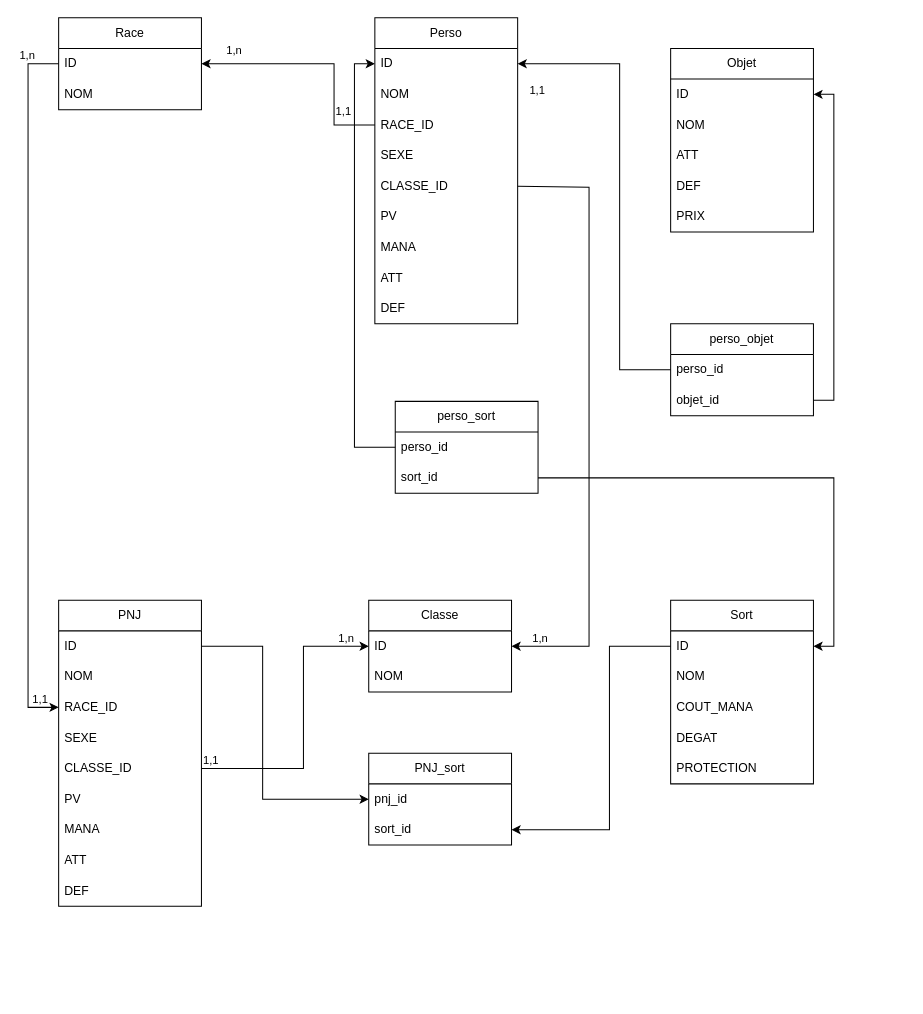
Before: Diagramme sans nom.drawio in Cy-Bert/Cy-Bert.github.io, a draw.io diagram. Source tidied: cells renumbered, new cells numbered last; positions are measured from the earlier drawing's top-left corner, leaving out a move shared by most shapes. Both pictures are drawn from the tidied source at 102%, with x=0, y=0 at pixel (28, 17).
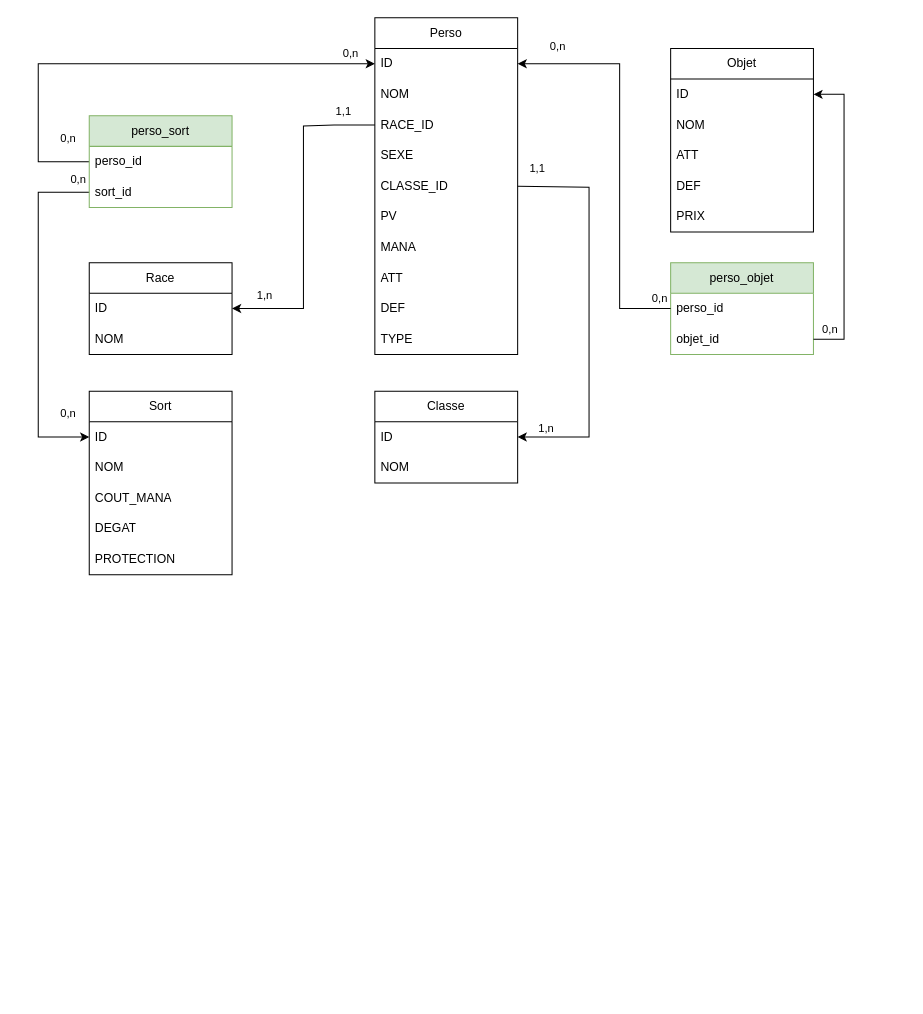
The same page after the edit.

Commit message:
Mettre à jour Diagramme sans nom.drawio

Unchanged cells that the change refers to:
```xml
<mxCell id="3" value="ID" style="text;strokeColor=none;fillColor=none;align=left;verticalAlign=middle;spacingLeft=4;spacingRight=4;overflow=hidden;points=[[0,0.5],[1,0.5]];portConstraint=eastwest;whiteSpace=wrap;html=1;" parent="2" vertex="1">
  <mxGeometry y="30" width="140" height="30" as="geometry" />
</mxCell>
<mxCell id="6" value="ID" style="text;strokeColor=none;fillColor=none;align=left;verticalAlign=middle;spacingLeft=4;spacingRight=4;overflow=hidden;points=[[0,0.5],[1,0.5]];portConstraint=eastwest;whiteSpace=wrap;html=1;" parent="5" vertex="1">
  <mxGeometry y="30" width="140" height="30" as="geometry" />
</mxCell>
<mxCell id="12" value="ID" style="text;strokeColor=none;fillColor=none;align=left;verticalAlign=middle;spacingLeft=4;spacingRight=4;overflow=hidden;points=[[0,0.5],[1,0.5]];portConstraint=eastwest;whiteSpace=wrap;html=1;" parent="11" vertex="1">
  <mxGeometry y="30" width="140" height="30" as="geometry" />
</mxCell>
<mxCell id="14" value="RACE_ID" style="text;strokeColor=none;fillColor=none;align=left;verticalAlign=middle;spacingLeft=4;spacingRight=4;overflow=hidden;points=[[0,0.5],[1,0.5]];portConstraint=eastwest;whiteSpace=wrap;html=1;" parent="11" vertex="1">
  <mxGeometry y="90" width="140" height="30" as="geometry" />
</mxCell>
<mxCell id="16" value="CLASSE_ID" style="text;strokeColor=none;fillColor=none;align=left;verticalAlign=middle;spacingLeft=4;spacingRight=4;overflow=hidden;points=[[0,0.5],[1,0.5]];portConstraint=eastwest;whiteSpace=wrap;html=1;" parent="11" vertex="1">
  <mxGeometry y="150" width="140" height="30" as="geometry" />
</mxCell>
<mxCell id="22" value="ID" style="text;strokeColor=none;fillColor=none;align=left;verticalAlign=middle;spacingLeft=4;spacingRight=4;overflow=hidden;points=[[0,0.5],[1,0.5]];portConstraint=eastwest;whiteSpace=wrap;html=1;" parent="21" vertex="1">
  <mxGeometry y="30" width="140" height="30" as="geometry" />
</mxCell>
<mxCell id="25" value="ID" style="text;strokeColor=none;fillColor=none;align=left;verticalAlign=middle;spacingLeft=4;spacingRight=4;overflow=hidden;points=[[0,0.5],[1,0.5]];portConstraint=eastwest;whiteSpace=wrap;html=1;" parent="24" vertex="1">
  <mxGeometry y="30" width="140" height="30" as="geometry" />
</mxCell>
<mxCell id="58" value="perso_id" style="text;strokeColor=none;fillColor=none;align=left;verticalAlign=middle;spacingLeft=4;spacingRight=4;overflow=hidden;points=[[0,0.5],[1,0.5]];portConstraint=eastwest;whiteSpace=wrap;html=1;" parent="57" vertex="1">
  <mxGeometry y="30" width="140" height="30" as="geometry" />
</mxCell>
<mxCell id="59" value="objet_id" style="text;strokeColor=none;fillColor=none;align=left;verticalAlign=middle;spacingLeft=4;spacingRight=4;overflow=hidden;points=[[0,0.5],[1,0.5]];portConstraint=eastwest;whiteSpace=wrap;html=1;" parent="57" vertex="1">
  <mxGeometry y="60" width="140" height="30" as="geometry" />
</mxCell>
<mxCell id="63" value="perso_id" style="text;strokeColor=none;fillColor=none;align=left;verticalAlign=middle;spacingLeft=4;spacingRight=4;overflow=hidden;points=[[0,0.5],[1,0.5]];portConstraint=eastwest;whiteSpace=wrap;html=1;" parent="62" vertex="1">
  <mxGeometry y="30" width="140" height="30" as="geometry" />
</mxCell>
<mxCell id="64" value="sort_id" style="text;strokeColor=none;fillColor=none;align=left;verticalAlign=middle;spacingLeft=4;spacingRight=4;overflow=hidden;points=[[0,0.5],[1,0.5]];portConstraint=eastwest;whiteSpace=wrap;html=1;" parent="62" vertex="1">
  <mxGeometry y="60" width="140" height="30" as="geometry" />
</mxCell>
```

What changed in the source:
```diff
@@
     <mxCell id="2" value="Race" style="swimlane;fontStyle=0;horizontal=1;startSize=30;whiteSpace=wrap;html=1;" parent="1" vertex="1">
-      <mxGeometry x="30" width="140" height="90" as="geometry" />
+      <mxGeometry x="60" y="240" width="140" height="90" as="geometry" />
     </mxCell>
@@
     <mxCell id="11" value="Perso" style="swimlane;fontStyle=0;horizontal=1;startSize=30;whiteSpace=wrap;html=1;" parent="1" vertex="1">
-      <mxGeometry x="340" width="140" height="300" as="geometry" />
+      <mxGeometry x="340" width="140" height="330" as="geometry" />
     </mxCell>
@@
+    <mxCell id="67" value="TYPE" style="text;strokeColor=none;fillColor=none;align=left;verticalAlign=middle;spacingLeft=4;spacingRight=4;overflow=hidden;whiteSpace=wrap;html=1;" parent="11" vertex="1">
+      <mxGeometry y="300" width="140" height="30" as="geometry" />
+    </mxCell>
     <mxCell id="21" value="Classe" style="swimlane;fontStyle=0;horizontal=1;startSize=30;whiteSpace=wrap;html=1;" parent="1" vertex="1">
-      <mxGeometry x="334" y="571" width="140" height="90" as="geometry" />
+      <mxGeometry x="340" y="366" width="140" height="90" as="geometry" />
     </mxCell>
@@
     <mxCell id="24" value="Sort" style="swimlane;fontStyle=0;horizontal=1;startSize=30;whiteSpace=wrap;html=1;" parent="1" vertex="1">
-      <mxGeometry x="630" y="571" width="140" height="180" as="geometry" />
+      <mxGeometry x="60" y="366" width="140" height="180" as="geometry" />
     </mxCell>
@@
-    <mxCell id="30" value="PNJ" style="swimlane;fontStyle=0;horizontal=1;startSize=30;whiteSpace=wrap;html=1;" parent="1" vertex="1">
-      <mxGeometry x="30" y="571" width="140" height="300" as="geometry" />
-    </mxCell>
-    <mxCell id="31" value="ID" style="text;strokeColor=none;fillColor=none;align=left;verticalAlign=middle;spacingLeft=4;spacingRight=4;overflow=hidden;points=[[0,0.5],[1,0.5]];portConstraint=eastwest;whiteSpace=wrap;html=1;" parent="30" vertex="1">
-      <mxGeometry y="30" width="140" height="30" as="geometry" />
-    </mxCell>
-    <mxCell id="32" value="NOM" style="text;strokeColor=none;fillColor=none;align=left;verticalAlign=middle;spacingLeft=4;spacingRight=4;overflow=hidden;whiteSpace=wrap;html=1;" parent="30" vertex="1">
-      <mxGeometry y="60" width="140" height="30" as="geometry" />
-    </mxCell>
-    <mxCell id="33" value="RACE_ID" style="text;strokeColor=none;fillColor=none;align=left;verticalAlign=middle;spacingLeft=4;spacingRight=4;overflow=hidden;points=[[0,0.5],[1,0.5]];portConstraint=eastwest;whiteSpace=wrap;html=1;" parent="30" vertex="1">
-      <mxGeometry y="90" width="140" height="30" as="geometry" />
-    </mxCell>
-    <mxCell id="34" value="SEXE" style="text;strokeColor=none;fillColor=none;align=left;verticalAlign=middle;spacingLeft=4;spacingRight=4;overflow=hidden;whiteSpace=wrap;html=1;" parent="30" vertex="1">
-      <mxGeometry y="120" width="140" height="30" as="geometry" />
-    </mxCell>
-    <mxCell id="35" value="CLASSE_ID" style="text;strokeColor=none;fillColor=none;align=left;verticalAlign=middle;spacingLeft=4;spacingRight=4;overflow=hidden;points=[[0,0.5],[1,0.5]];portConstraint=eastwest;whiteSpace=wrap;html=1;" parent="30" vertex="1">
-      <mxGeometry y="150" width="140" height="30" as="geometry" />
-    </mxCell>
-    <mxCell id="36" value="PV" style="text;strokeColor=none;fillColor=none;align=left;verticalAlign=middle;spacingLeft=4;spacingRight=4;overflow=hidden;whiteSpace=wrap;html=1;" parent="30" vertex="1">
-      <mxGeometry y="180" width="140" height="30" as="geometry" />
-    </mxCell>
-    <mxCell id="37" value="MANA" style="text;strokeColor=none;fillColor=none;align=left;verticalAlign=middle;spacingLeft=4;spacingRight=4;overflow=hidden;whiteSpace=wrap;html=1;" parent="30" vertex="1">
-      <mxGeometry y="210" width="140" height="30" as="geometry" />
-    </mxCell>
-    <mxCell id="38" value="ATT" style="text;strokeColor=none;fillColor=none;align=left;verticalAlign=middle;spacingLeft=4;spacingRight=4;overflow=hidden;whiteSpace=wrap;html=1;" parent="30" vertex="1">
-      <mxGeometry y="240" width="140" height="30" as="geometry" />
-    </mxCell>
-    <mxCell id="39" value="DEF" style="text;strokeColor=none;fillColor=none;align=left;verticalAlign=middle;spacingLeft=4;spacingRight=4;overflow=hidden;whiteSpace=wrap;html=1;" parent="30" vertex="1">
-      <mxGeometry y="270" width="140" height="30" as="geometry" />
-    </mxCell>
     <mxCell id="40" style="endArrow=classic;html=1;rounded=0;exitX=0;exitY=0.5;exitDx=0;exitDy=0;entryX=1;entryY=0.5;entryDx=0;entryDy=0;" parent="1" edge="1" source="14" target="3">
       <mxGeometry relative="1" as="geometry">
         <Array as="points">
           <mxPoint x="300" y="105" />
-          <mxPoint x="300" y="45" />
-          <mxPoint x="230" y="45" />
+          <mxPoint x="270" y="106" />
+          <mxPoint x="270" y="285" />
         </Array>
       </mxGeometry>
     </mxCell>
@@
     <mxCell id="43" style="endArrow=classic;html=1;rounded=0;entryX=1;entryY=0.5;entryDx=0;entryDy=0;exitX=1;exitY=0.5;exitDx=0;exitDy=0;" parent="1" edge="1" source="16" target="22">
       <mxGeometry relative="1" as="geometry">
         <Array as="points">
           <mxPoint x="550" y="166" />
-          <mxPoint x="550" y="616" />
+          <mxPoint x="550" y="411" />
         </Array>
       </mxGeometry>
     </mxCell>
     <mxCell id="44" value="1,1" style="edgeLabel;html=1;align=left;verticalAlign=bottom;" parent="43" vertex="1">
       <mxGeometry x="-1" relative="1" as="geometry">
-        <mxPoint x="10" y="-86" as="offset" />
+        <mxPoint x="10" y="-9" as="offset" />
       </mxGeometry>
     </mxCell>
@@
-    <mxCell id="46" style="endArrow=classic;html=1;rounded=0;exitX=0;exitY=0.5;exitDx=0;exitDy=0;entryX=0;entryY=0.5;entryDx=0;entryDy=0;" parent="1" edge="1" source="3" target="33">
-      <mxGeometry relative="1" as="geometry">
-        <Array as="points">
-          <mxPoint y="45" />
-          <mxPoint y="406" />
-          <mxPoint y="676" />
-        </Array>
-      </mxGeometry>
-    </mxCell>
-    <mxCell id="47" value="1,n" style="edgeLabel;html=1;align=left;verticalAlign=bottom;" parent="46" vertex="1">
-      <mxGeometry x="-1" relative="1" as="geometry">
-        <mxPoint x="-40" as="offset" />
-      </mxGeometry>
-    </mxCell>
-    <mxCell id="48" value="1,1" style="edgeLabel;html=1;align=right;verticalAlign=bottom;" parent="46" vertex="1">
-      <mxGeometry x="1" relative="1" as="geometry">
-        <mxPoint x="-10" as="offset" />
-      </mxGeometry>
-    </mxCell>
-    <mxCell id="49" style="endArrow=classic;html=1;rounded=0;exitX=1;exitY=0.5;exitDx=0;exitDy=0;entryX=0;entryY=0.5;entryDx=0;entryDy=0;" parent="1" edge="1" source="35" target="22">
-      <mxGeometry relative="1" as="geometry">
-        <Array as="points">
-          <mxPoint x="270" y="736" />
-          <mxPoint x="270" y="616" />
-        </Array>
-      </mxGeometry>
-    </mxCell>
-    <mxCell id="50" value="1,1" style="edgeLabel;html=1;align=left;verticalAlign=bottom;" parent="49" vertex="1">
-      <mxGeometry x="-1" relative="1" as="geometry" />
-    </mxCell>
-    <mxCell id="51" value="1,n" style="edgeLabel;html=1;align=right;verticalAlign=bottom;" parent="49" vertex="1">
-      <mxGeometry x="1" relative="1" as="geometry">
-        <mxPoint x="-14" as="offset" />
-      </mxGeometry>
-    </mxCell>
-    <mxCell id="52" value="PNJ_sort" style="swimlane;fontStyle=0;horizontal=1;startSize=30;whiteSpace=wrap;html=1;" parent="1" vertex="1">
-      <mxGeometry x="334" y="721" width="140" height="90" as="geometry" />
-    </mxCell>
-    <mxCell id="53" value="pnj_id" style="text;strokeColor=none;fillColor=none;align=left;verticalAlign=middle;spacingLeft=4;spacingRight=4;overflow=hidden;points=[[0,0.5],[1,0.5]];portConstraint=eastwest;whiteSpace=wrap;html=1;" parent="52" vertex="1">
-      <mxGeometry y="30" width="140" height="30" as="geometry" />
-    </mxCell>
-    <mxCell id="54" value="sort_id" style="text;strokeColor=none;fillColor=none;align=left;verticalAlign=middle;spacingLeft=4;spacingRight=4;overflow=hidden;points=[[0,0.5],[1,0.5]];portConstraint=eastwest;whiteSpace=wrap;html=1;" parent="52" vertex="1">
-      <mxGeometry y="60" width="140" height="30" as="geometry" />
-    </mxCell>
-    <mxCell id="55" style="edgeStyle=orthogonalEdgeStyle;rounded=0;jettySize=auto;html=1;exitX=1;exitY=0.5;exitDx=0;exitDy=0;entryX=0;entryY=0.5;entryDx=0;entryDy=0;" parent="1" edge="1" source="31" target="53">
-      <mxGeometry relative="1" as="geometry">
-        <Array as="points">
-          <mxPoint x="230" y="616" />
-          <mxPoint x="230" y="766" />
-        </Array>
-      </mxGeometry>
-    </mxCell>
-    <mxCell id="56" style="edgeStyle=orthogonalEdgeStyle;rounded=0;jettySize=auto;html=1;exitX=0;exitY=0.5;exitDx=0;exitDy=0;entryX=1;entryY=0.5;entryDx=0;entryDy=0;" parent="1" edge="1" source="25" target="54">
-      <mxGeometry relative="1" as="geometry">
-        <Array as="points">
-          <mxPoint x="570" y="616" />
-          <mxPoint x="570" y="796" />
-        </Array>
-      </mxGeometry>
-    </mxCell>
-    <mxCell id="57" value="perso_objet" style="swimlane;fontStyle=0;horizontal=1;startSize=30;whiteSpace=wrap;html=1;" parent="1" vertex="1">
-      <mxGeometry x="630" y="300" width="140" height="90" as="geometry" />
+    <mxCell id="57" value="perso_objet" style="swimlane;fontStyle=0;horizontal=1;startSize=30;whiteSpace=wrap;html=1;fillColor=#d5e8d4;strokeColor=#82b366;" parent="1" vertex="1">
+      <mxGeometry x="630" y="240" width="140" height="90" as="geometry" />
     </mxCell>
@@
     <mxCell id="60" style="edgeStyle=orthogonalEdgeStyle;rounded=0;jettySize=auto;html=1;exitX=0;exitY=0.5;exitDx=0;exitDy=0;entryX=1;entryY=0.5;entryDx=0;entryDy=0;" parent="1" edge="1" source="58" target="12">
       <mxGeometry relative="1" as="geometry">
         <Array as="points">
-          <mxPoint x="580" y="345" />
+          <mxPoint x="580" y="285" />
           <mxPoint x="580" y="45" />
         </Array>
       </mxGeometry>
     </mxCell>
     <mxCell id="61" style="edgeStyle=orthogonalEdgeStyle;rounded=0;jettySize=auto;html=1;exitX=1;exitY=0.5;exitDx=0;exitDy=0;entryX=1;entryY=0.5;entryDx=0;entryDy=0;" parent="1" edge="1" source="59" target="6">
-      <mxGeometry relative="1" as="geometry" />
+      <mxGeometry relative="1" as="geometry">
+        <Array as="points">
+          <mxPoint x="800" y="315" />
+          <mxPoint x="800" y="75" />
+        </Array>
+      </mxGeometry>
     </mxCell>
+    <mxCell id="65" style="edgeStyle=orthogonalEdgeStyle;rounded=0;jettySize=auto;html=1;exitX=0;exitY=0.5;exitDx=0;exitDy=0;entryX=0;entryY=0.5;entryDx=0;entryDy=0;" parent="1" edge="1" source="63" target="12">
+      <mxGeometry relative="1" as="geometry">
+        <Array as="points">
+          <mxPoint x="10" y="141" />
+          <mxPoint x="10" y="45" />
+        </Array>
+      </mxGeometry>
+    </mxCell>
+    <mxCell id="66" style="edgeStyle=orthogonalEdgeStyle;rounded=0;jettySize=auto;html=1;exitX=0;exitY=0.5;exitDx=0;exitDy=0;entryX=0;entryY=0.5;entryDx=0;entryDy=0;" parent="1" edge="1" source="64" target="25">
+      <mxGeometry relative="1" as="geometry">
+        <Array as="points">
+          <mxPoint x="10" y="171" />
+          <mxPoint x="10" y="411" />
+        </Array>
+      </mxGeometry>
+    </mxCell>
-    <mxCell id="62" value="perso_sort" style="swimlane;fontStyle=0;horizontal=1;startSize=30;whiteSpace=wrap;html=1;" parent="1" vertex="1">
-      <mxGeometry x="360" y="376" width="140" height="90" as="geometry" />
+    <mxCell id="62" value="perso_sort" style="swimlane;fontStyle=0;horizontal=1;startSize=30;whiteSpace=wrap;html=1;fillColor=#d5e8d4;strokeColor=#82b366;" parent="1" vertex="1">
+      <mxGeometry x="60" y="96" width="140" height="90" as="geometry" />
     </mxCell>
@@
-    <mxCell id="65" style="edgeStyle=orthogonalEdgeStyle;rounded=0;jettySize=auto;html=1;exitX=0;exitY=0.5;exitDx=0;exitDy=0;entryX=0;entryY=0.5;entryDx=0;entryDy=0;" parent="1" edge="1" source="63" target="12">
-      <mxGeometry relative="1" as="geometry" />
-    </mxCell>
-    <mxCell id="66" style="edgeStyle=orthogonalEdgeStyle;rounded=0;jettySize=auto;html=1;exitX=1;exitY=0.5;exitDx=0;exitDy=0;entryX=1;entryY=0.5;entryDx=0;entryDy=0;" parent="1" edge="1" source="64" target="25">
-      <mxGeometry relative="1" as="geometry" />
-    </mxCell>
+    <mxCell id="68" value="0,n" style="edgeLabel;html=1;align=left;verticalAlign=bottom;" parent="1" vertex="1">
+      <mxGeometry x="390" y="606" as="geometry">
+        <mxPoint x="-83" y="-563" as="offset" />
+      </mxGeometry>
+    </mxCell>
+    <mxCell id="69" value="0,n" style="edgeLabel;html=1;align=left;verticalAlign=bottom;" parent="1" vertex="1">
+      <mxGeometry x="113" y="689" as="geometry">
+        <mxPoint x="-83" y="-563" as="offset" />
+      </mxGeometry>
+    </mxCell>
+    <mxCell id="70" value="0,n" style="edgeLabel;html=1;align=left;verticalAlign=bottom;" parent="1" vertex="1">
+      <mxGeometry x="123" y="729" as="geometry">
+        <mxPoint x="-83" y="-563" as="offset" />
+      </mxGeometry>
+    </mxCell>
+    <mxCell id="71" value="0,n" style="edgeLabel;html=1;align=left;verticalAlign=bottom;" parent="1" vertex="1">
+      <mxGeometry x="113" y="959" as="geometry">
+        <mxPoint x="-83" y="-563" as="offset" />
+      </mxGeometry>
+    </mxCell>
+    <mxCell id="72" value="0,n" style="edgeLabel;html=1;align=left;verticalAlign=bottom;" parent="1" vertex="1">
+      <mxGeometry x="693" y="846" as="geometry">
+        <mxPoint x="-83" y="-563" as="offset" />
+      </mxGeometry>
+    </mxCell>
+    <mxCell id="73" value="0,n" style="edgeLabel;html=1;align=left;verticalAlign=bottom;" parent="1" vertex="1">
+      <mxGeometry x="860" y="876" as="geometry">
+        <mxPoint x="-83" y="-563" as="offset" />
+      </mxGeometry>
+    </mxCell>
+    <mxCell id="74" value="0,n" style="edgeLabel;html=1;align=left;verticalAlign=bottom;" parent="1" vertex="1">
+      <mxGeometry x="593" y="599" as="geometry">
+        <mxPoint x="-83" y="-563" as="offset" />
+      </mxGeometry>
+    </mxCell>
```
